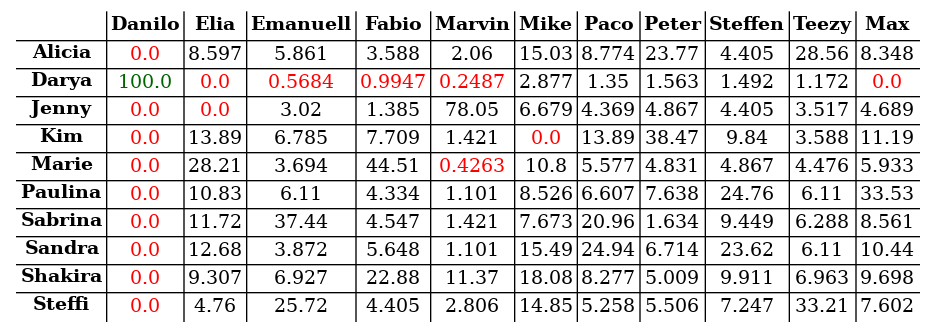
Earlier version of the Graphviz export s03r/s03r_tab.png (atticus-sullivan/sim-ayto). Its source is kept beside it as s03r/s03r_tab.dot.
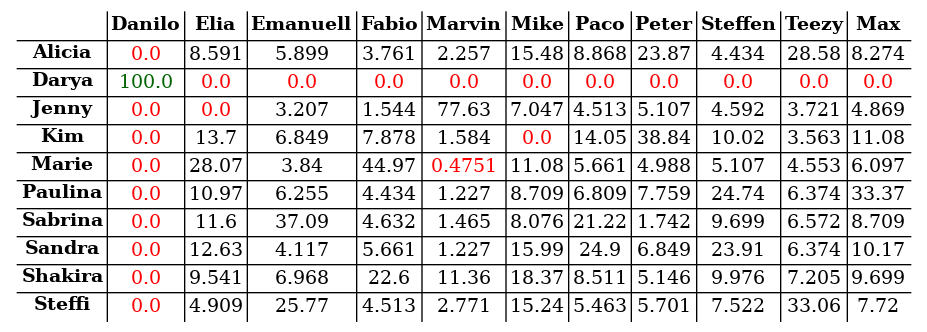
Above is the later version.

Change to the diagram source:
```diff
@@ -16,133 +16,133 @@
 </tr>
 <tr><td><B>Alicia</B></td>
 <td><font color="red">0.0</font></td>
-<td><font color="black">8.597</font></td>
-<td><font color="black">5.861</font></td>
-<td><font color="black">3.588</font></td>
-<td><font color="black">2.06</font></td>
-<td><font color="black">15.03</font></td>
-<td><font color="black">8.774</font></td>
-<td><font color="black">23.77</font></td>
-<td><font color="black">4.405</font></td>
-<td><font color="black">28.56</font></td>
-<td><font color="black">8.348</font></td>
+<td><font color="black">8.591</font></td>
+<td><font color="black">5.899</font></td>
+<td><font color="black">3.761</font></td>
+<td><font color="black">2.257</font></td>
+<td><font color="black">15.48</font></td>
+<td><font color="black">8.868</font></td>
+<td><font color="black">23.87</font></td>
+<td><font color="black">4.434</font></td>
+<td><font color="black">28.58</font></td>
+<td><font color="black">8.274</font></td>
 </tr>
 <tr><td><B>Darya</B></td>
 <td><font color="darkgreen">100.0</font></td>
 <td><font color="red">0.0</font></td>
-<td><font color="red">0.5684</font></td>
-<td><font color="red">0.9947</font></td>
-<td><font color="red">0.2487</font></td>
-<td><font color="black">2.877</font></td>
-<td><font color="black">1.35</font></td>
-<td><font color="black">1.563</font></td>
-<td><font color="black">1.492</font></td>
-<td><font color="black">1.172</font></td>
+<td><font color="red">0.0</font></td>
+<td><font color="red">0.0</font></td>
+<td><font color="red">0.0</font></td>
+<td><font color="red">0.0</font></td>
+<td><font color="red">0.0</font></td>
+<td><font color="red">0.0</font></td>
+<td><font color="red">0.0</font></td>
+<td><font color="red">0.0</font></td>
 <td><font color="red">0.0</font></td>
 </tr>
 <tr><td><B>Jenny</B></td>
 <td><font color="red">0.0</font></td>
 <td><font color="red">0.0</font></td>
-<td><font color="black">3.02</font></td>
-<td><font color="black">1.385</font></td>
-<td><font color="black">78.05</font></td>
-<td><font color="black">6.679</font></td>
-<td><font color="black">4.369</font></td>
-<td><font color="black">4.867</font></td>
-<td><font color="black">4.405</font></td>
-<td><font color="black">3.517</font></td>
-<td><font color="black">4.689</font></td>
+<td><font color="black">3.207</font></td>
+<td><font color="black">1.544</font></td>
+<td><font color="black">77.63</font></td>
+<td><font color="black">7.047</font></td>
+<td><font color="black">4.513</font></td>
+<td><font color="black">5.107</font></td>
+<td><font color="black">4.592</font></td>
+<td><font color="black">3.721</font></td>
+<td><font color="black">4.869</font></td>
 </tr>
 <tr><td><B>Kim</B></td>
 <td><font color="red">0.0</font></td>
-<td><font color="black">13.89</font></td>
-<td><font color="black">6.785</font></td>
-<td><font color="black">7.709</font></td>
-<td><font color="black">1.421</font></td>
+<td><font color="black">13.7</font></td>
+<td><font color="black">6.849</font></td>
+<td><font color="black">7.878</font></td>
+<td><font color="black">1.584</font></td>
 <td><font color="red">0.0</font></td>
-<td><font color="black">13.89</font></td>
-<td><font color="black">38.47</font></td>
-<td><font color="black">9.84</font></td>
-<td><font color="black">3.588</font></td>
-<td><font color="black">11.19</font></td>
+<td><font color="black">14.05</font></td>
+<td><font color="black">38.84</font></td>
+<td><font color="black">10.02</font></td>
+<td><font color="black">3.563</font></td>
+<td><font color="black">11.08</font></td>
 </tr>
 <tr><td><B>Marie</B></td>
 <td><font color="red">0.0</font></td>
-<td><font color="black">28.21</font></td>
-<td><font color="black">3.694</font></td>
-<td><font color="black">44.51</font></td>
-<td><font color="red">0.4263</font></td>
-<td><font color="black">10.8</font></td>
-<td><font color="black">5.577</font></td>
-<td><font color="black">4.831</font></td>
-<td><font color="black">4.867</font></td>
-<td><font color="black">4.476</font></td>
-<td><font color="black">5.933</font></td>
+<td><font color="black">28.07</font></td>
+<td><font color="black">3.84</font></td>
+<td><font color="black">44.97</font></td>
+<td><font color="red">0.4751</font></td>
+<td><font color="black">11.08</font></td>
+<td><font color="black">5.661</font></td>
+<td><font color="black">4.988</font></td>
+<td><font color="black">5.107</font></td>
+<td><font color="black">4.553</font></td>
+<td><font color="black">6.097</font></td>
 </tr>
 <tr><td><B>Paulina</B></td>
 <td><font color="red">0.0</font></td>
-<td><font color="black">10.83</font></td>
-<td><font color="black">6.11</font></td>
-<td><font color="black">4.334</font></td>
-<td><font color="black">1.101</font></td>
-<td><font color="black">8.526</font></td>
-<td><font color="black">6.607</font></td>
-<td><font color="black">7.638</font></td>
-<td><font color="black">24.76</font></td>
-<td><font color="black">6.11</font></td>
-<td><font color="black">33.53</font></td>
+<td><font color="black">10.97</font></td>
+<td><font color="black">6.255</font></td>
+<td><font color="black">4.434</font></td>
+<td><font color="black">1.227</font></td>
+<td><font color="black">8.709</font></td>
+<td><font color="black">6.809</font></td>
+<td><font color="black">7.759</font></td>
+<td><font color="black">24.74</font></td>
+<td><font color="black">6.374</font></td>
+<td><font color="black">33.37</font></td>
 </tr>
 <tr><td><B>Sabrina</B></td>
 <td><font color="red">0.0</font></td>
-<td><font color="black">11.72</font></td>
-<td><font color="black">37.44</font></td>
-<td><font color="black">4.547</font></td>
-<td><font color="black">1.421</font></td>
-<td><font color="black">7.673</font></td>
-<td><font color="black">20.96</font></td>
-<td><font color="black">1.634</font></td>
-<td><font color="black">9.449</font></td>
-<td><font color="black">6.288</font></td>
-<td><font color="black">8.561</font></td>
+<td><font color="black">11.6</font></td>
+<td><font color="black">37.09</font></td>
+<td><font color="black">4.632</font></td>
+<td><font color="black">1.465</font></td>
+<td><font color="black">8.076</font></td>
+<td><font color="black">21.22</font></td>
+<td><font color="black">1.742</font></td>
+<td><font color="black">9.699</font></td>
+<td><font color="black">6.572</font></td>
+<td><font color="black">8.709</font></td>
 </tr>
 <tr><td><B>Sandra</B></td>
 <td><font color="red">0.0</font></td>
-<td><font color="black">12.68</font></td>
-<td><font color="black">3.872</font></td>
-<td><font color="black">5.648</font></td>
-<td><font color="black">1.101</font></td>
-<td><font color="black">15.49</font></td>
-<td><font color="black">24.94</font></td>
-<td><font color="black">6.714</font></td>
-<td><font color="black">23.62</font></td>
-<td><font color="black">6.11</font></td>
-<td><font color="black">10.44</font></td>
+<td><font color="black">12.63</font></td>
+<td><font color="black">4.117</font></td>
+<td><font color="black">5.661</font></td>
+<td><font color="black">1.227</font></td>
+<td><font color="black">15.99</font></td>
+<td><font color="black">24.9</font></td>
+<td><font color="black">6.849</font></td>
+<td><font color="black">23.91</font></td>
+<td><font color="black">6.374</font></td>
+<td><font color="black">10.17</font></td>
 </tr>
 <tr><td><B>Shakira</B></td>
 <td><font color="red">0.0</font></td>
-<td><font color="black">9.307</font></td>
-<td><font color="black">6.927</font></td>
-<td><font color="black">22.88</font></td>
-<td><font color="black">11.37</font></td>
-<td><font color="black">18.08</font></td>
-<td><font color="black">8.277</font></td>
-<td><font color="black">5.009</font></td>
-<td><font color="black">9.911</font></td>
-<td><font color="black">6.963</font></td>
-<td><font color="black">9.698</font></td>
+<td><font color="black">9.541</font></td>
+<td><font color="black">6.968</font></td>
+<td><font color="black">22.6</font></td>
+<td><font color="black">11.36</font></td>
+<td><font color="black">18.37</font></td>
+<td><font color="black">8.511</font></td>
+<td><font color="black">5.146</font></td>
+<td><font color="black">9.976</font></td>
+<td><font color="black">7.205</font></td>
+<td><font color="black">9.699</font></td>
 </tr>
 <tr><td><B>Steffi</B></td>
 <td><font color="red">0.0</font></td>
-<td><font color="black">4.76</font></td>
-<td><font color="black">25.72</font></td>
-<td><font color="black">4.405</font></td>
-<td><font color="black">2.806</font></td>
-<td><font color="black">14.85</font></td>
-<td><font color="black">5.258</font></td>
-<td><font color="black">5.506</font></td>
-<td><font color="black">7.247</font></td>
-<td><font color="black">33.21</font></td>
-<td><font color="black">7.602</font></td>
+<td><font color="black">4.909</font></td>
+<td><font color="black">25.77</font></td>
+<td><font color="black">4.513</font></td>
+<td><font color="black">2.771</font></td>
+<td><font color="black">15.24</font></td>
+<td><font color="black">5.463</font></td>
+<td><font color="black">5.701</font></td>
+<td><font color="black">7.522</font></td>
+<td><font color="black">33.06</font></td>
+<td><font color="black">7.72</font></td>
 </tr>
 </table>
 >];}
```
